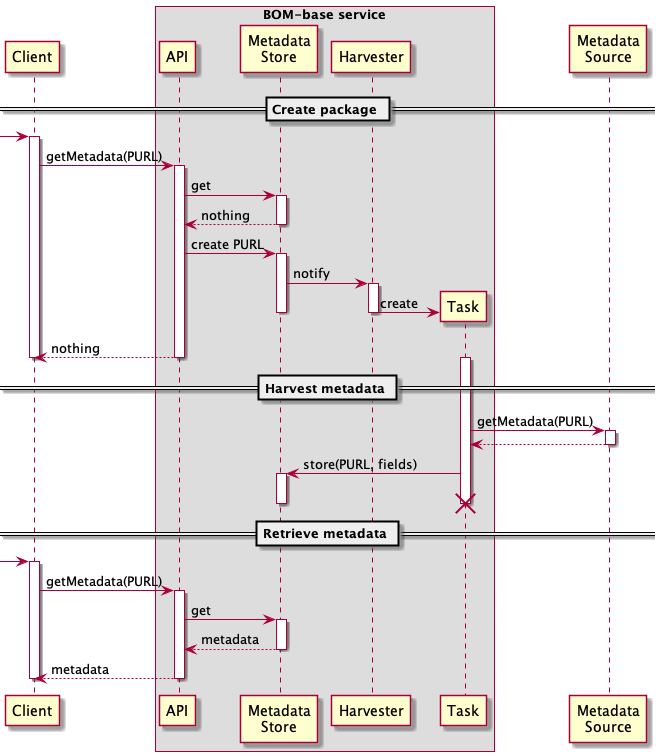
The PlantUML diagram docs/harvesting.png in philips-software/bom-base, before a commit.
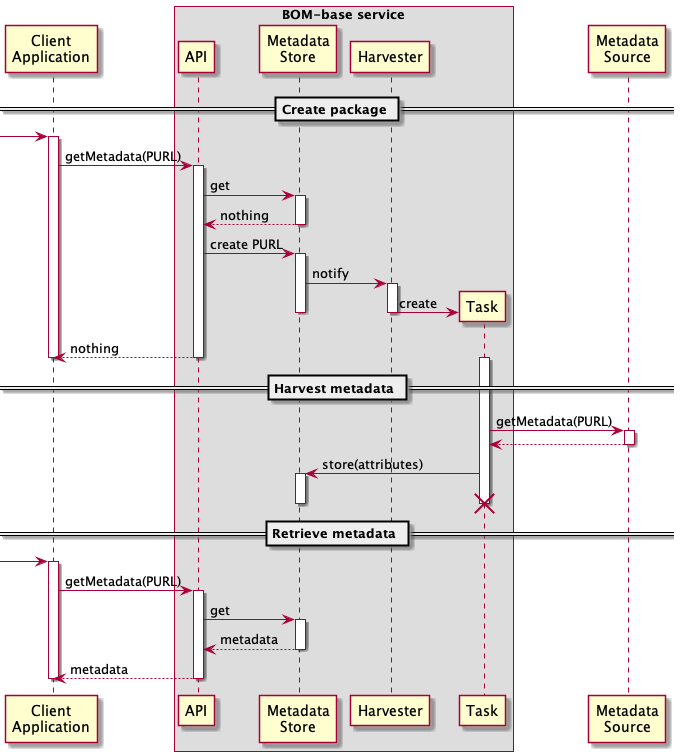
The same diagram one commit later.

The edit, as a diff of the source:
```diff
@@ -2,7 +2,7 @@
 
 autoactivate on
 
-participant Client
+participant "Client\nApplication" as Client
 box BOM-base service
 participant API
 participant "Metadata\nStore" as Store
@@ -28,7 +28,7 @@
 activate Task
 Task -> Source: getMetadata(PURL)
 return
-Task -> Store: store(PURL, fields)
+Task -> Store: store(attributes)
 deactivate
 destroy Task
 
```
